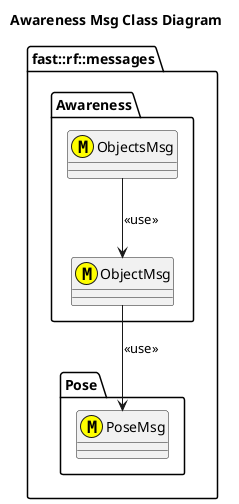
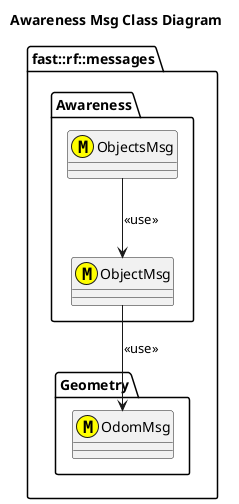
@startuml
title Awareness Msg Class Diagram

namespace fast::rf::messages {
-   namespace Pose {
-     class PoseMsg <<(M,#FFFF00) >>
+   namespace Geometry {
+     class OdomMsg <<(M,#FFFF00) >>
  }
  namespace Awareness {

    class ObjectMsg <<(M,#FFFF00) >> {

    }
-     ObjectMsg --> PoseMsg: <<use>>
+     ObjectMsg --> OdomMsg: <<use>>
    class ObjectsMsg <<(M,#FFFF00) >> {

    }
    ObjectsMsg --> ObjectMsg: <<use>>

  }
}
@enduml